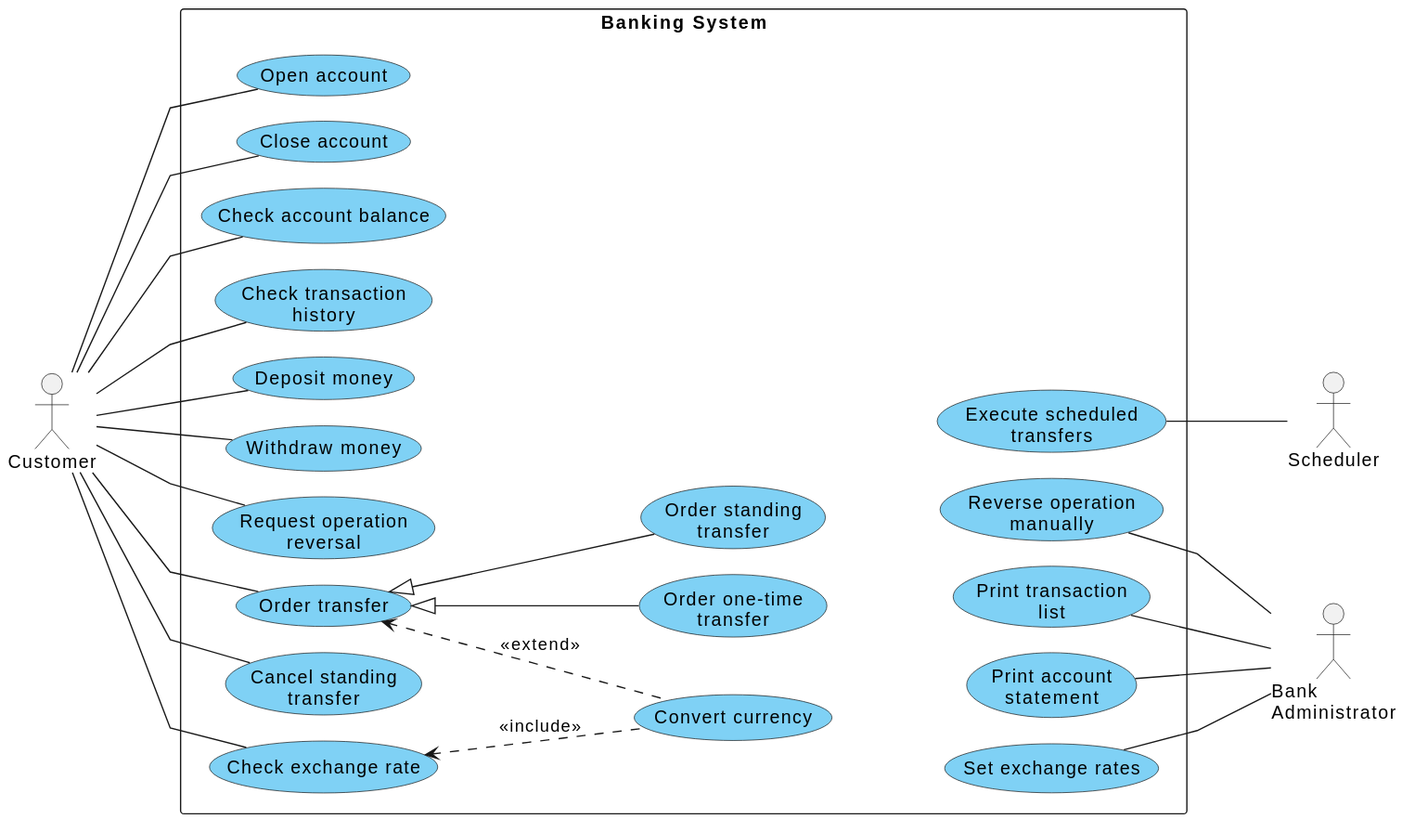
Above: docs/use_case/svg/use_case.svg in K0D1Z/software-engineering-project (PlantUML), before the change.
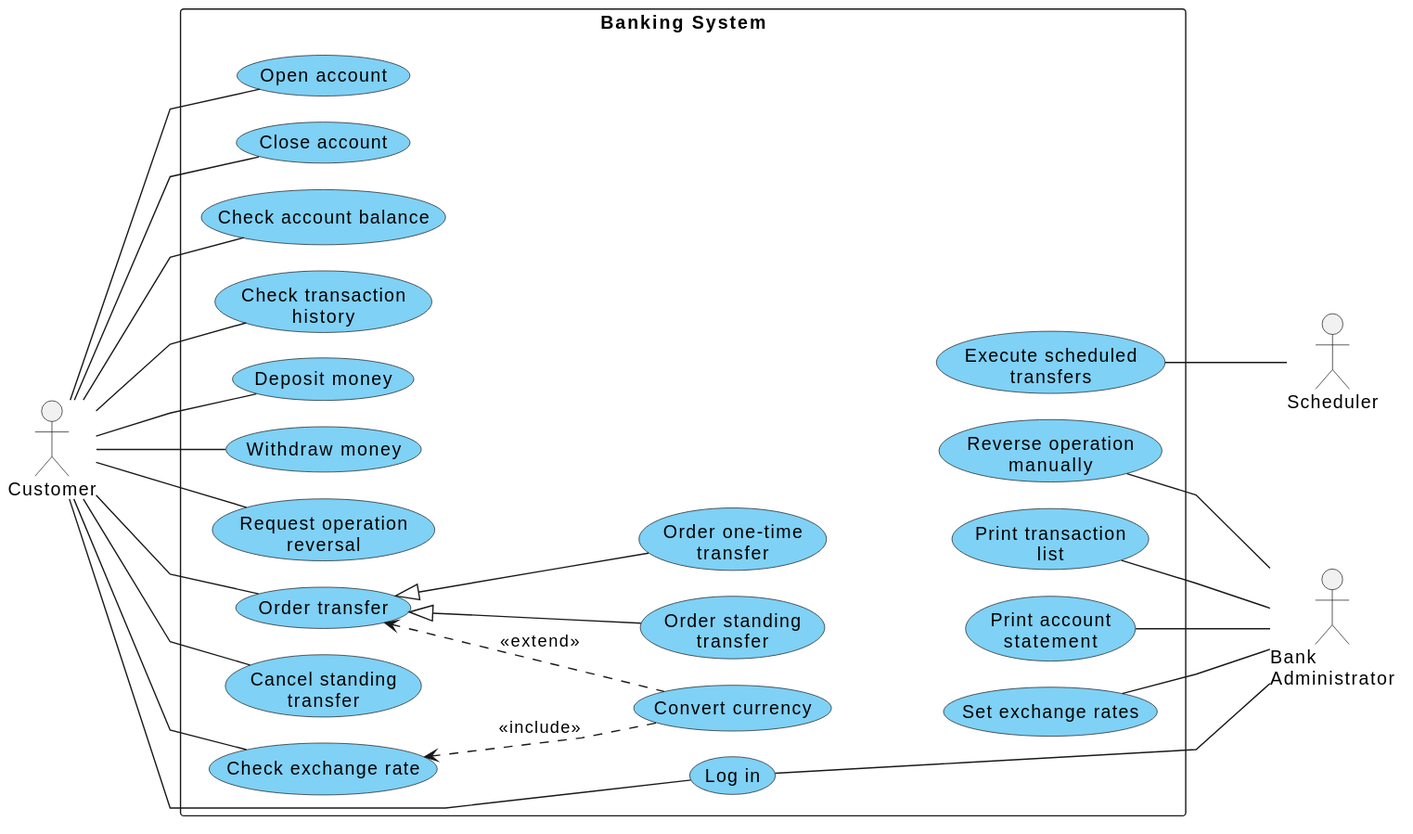
Later version of the same file.

What changed in the source:
```diff
@@ -12,6 +12,8 @@
 actor Scheduler
 
 rectangle "Banking System" {
+  usecase "Log in" as UC_Login
+
   usecase "Open account" as UC_OpenAccount
   usecase "Close account" as UC_CloseAccount
   usecase "Check account balance" as UC_AccountBalance
@@ -33,6 +35,9 @@
   usecase "Print account\nstatement" as UC_PrintStatement
   usecase "Set exchange rates" as UC_SetRates
 }
+
+Customer --- UC_Login
+UC_Login --- Admin
 
 Customer -- UC_OpenAccount
 Customer -- UC_CloseAccount
@@ -64,4 +69,6 @@
 UC_OneTimeTransfer -[hidden]- UC_PrintStatement
 UC_OneTimeTransfer -[hidden]- UC_SetRates
 UC_OneTimeTransfer -[hidden]-UC_ScheduledTransfers
+
+UC_Login -[hidden] UC_OneTimeTransfer
 @enduml
```
